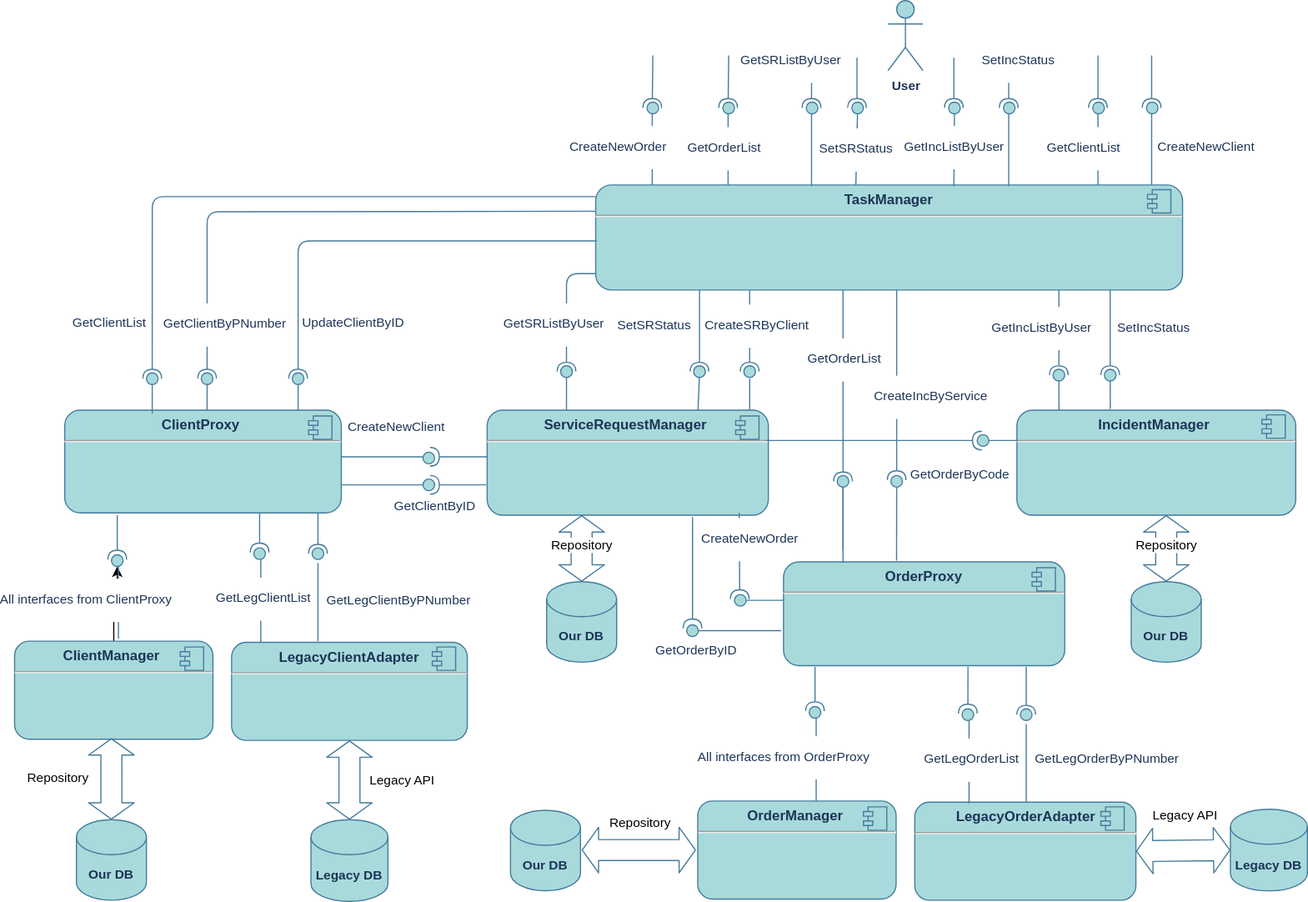
theotheo46/gb keeps this draw.io diagram as components.svg. Above is the earlier version. Source tidied: cells renumbered, new cells last; positions are measured from the earlier drawing's top-left corner, leaving out a move shared by most shapes.
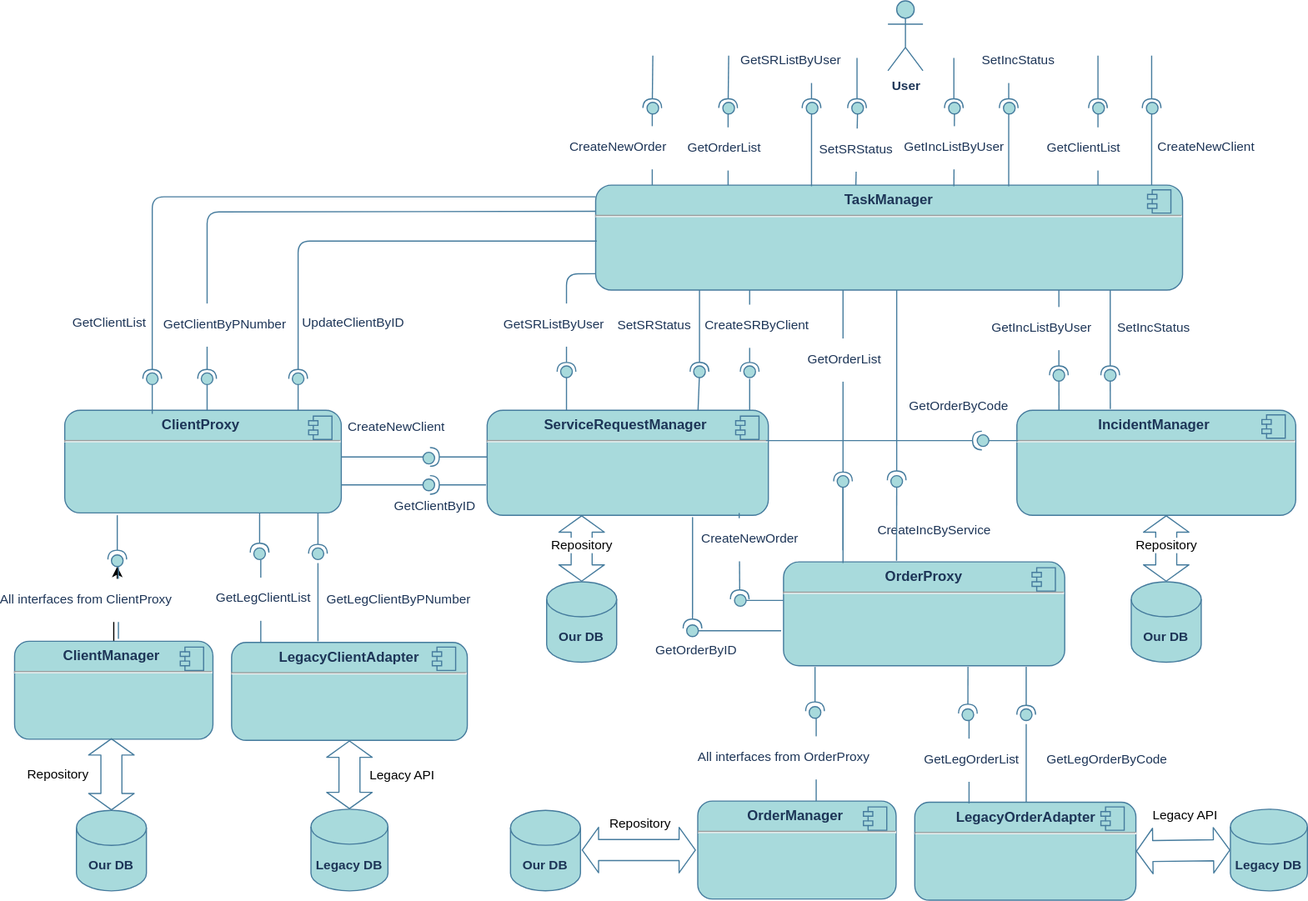
The same diagram one commit later.

Diff of the diagram source:
```diff
@@ -138,11 +138,11 @@
     </mxCell>
     <mxCell id="27" value="&lt;pre&gt;&lt;font face=&quot;Helvetica&quot;&gt;CreateIncByService&lt;/font&gt;&lt;/pre&gt;" style="edgeLabel;html=1;align=center;verticalAlign=middle;fontColor=#1D3557;rounded=1;labelBackgroundColor=#FFFFFF;" parent="26" vertex="1">
       <mxGeometry x="0.29" y="1" relative="1" as="geometry">
-        <mxPoint x="-58" y="-39" as="offset" />
+        <mxPoint x="-55" y="76" as="offset" />
       </mxGeometry>
     </mxCell>
     <mxCell id="28" value="&lt;b&gt;Legacy DB&lt;/b&gt;" style="shape=cylinder3;whiteSpace=wrap;html=1;boundedLbl=1;backgroundOutline=1;size=15;fontFamily=Helvetica;fontSize=11;fillColor=#A8DADC;strokeColor=#457B9D;fontColor=#1D3557;rounded=1;" parent="1" vertex="1">
-      <mxGeometry x="254" y="702" width="66" height="70" as="geometry" />
+      <mxGeometry x="254" y="693" width="66" height="70" as="geometry" />
     </mxCell>
     <mxCell id="29" value="&lt;b&gt;Our DB&lt;/b&gt;" style="shape=cylinder3;whiteSpace=wrap;html=1;boundedLbl=1;backgroundOutline=1;size=15;fontFamily=Helvetica;fontSize=11;fillColor=#A8DADC;strokeColor=#457B9D;fontColor=#1D3557;rounded=1;" parent="1" vertex="1">
       <mxGeometry x="456" y="498" width="60" height="69" as="geometry" />
@@ -299,7 +299,7 @@
     </mxCell>
     <mxCell id="65" value="&lt;pre&gt;&lt;font face=&quot;Helvetica&quot;&gt;GetLegClientByPNumber&lt;/font&gt;&lt;/pre&gt;" style="edgeLabel;html=1;align=center;verticalAlign=middle;fontSize=11;fontFamily=Helvetica;fontColor=#1D3557;rounded=1;labelBackgroundColor=#FFFFFF;" parent="64" vertex="1">
       <mxGeometry x="-0.13" y="-2" relative="1" as="geometry">
-        <mxPoint x="66" y="-6" as="offset" />
+        <mxPoint x="66" y="-7" as="offset" />
       </mxGeometry>
     </mxCell>
     <mxCell id="66" style="ellipse;whiteSpace=wrap;html=1;align=center;fillColor=#A8DADC;strokeColor=#457B9D;fontColor=#1D3557;rounded=1;" parent="1" vertex="1">
@@ -521,7 +521,7 @@
     </mxCell>
     <mxCell id="110" value="&lt;pre&gt;&lt;font face=&quot;Helvetica&quot;&gt;GetOrderByCode&lt;/font&gt;&lt;/pre&gt;" style="edgeLabel;html=1;align=center;verticalAlign=middle;fontSize=11;fontFamily=Helvetica;fontColor=#1D3557;rounded=1;labelBackgroundColor=#FFFFFF;" parent="109" vertex="1">
       <mxGeometry x="0.44" y="-3" relative="1" as="geometry">
-        <mxPoint x="51" y="-29" as="offset" />
+        <mxPoint x="50" y="-88" as="offset" />
       </mxGeometry>
     </mxCell>
     <mxCell id="111" style="ellipse;whiteSpace=wrap;html=1;align=center;points=[];outlineConnect=0;fillColor=#A8DADC;strokeColor=#457B9D;fontColor=#1D3557;rounded=1;" parent="1" vertex="1">
@@ -628,7 +628,7 @@
       <mxGeometry x="61" y="514" as="geometry" />
     </mxCell>
     <mxCell id="134" value="&lt;b&gt;Our DB&lt;/b&gt;" style="shape=cylinder3;whiteSpace=wrap;html=1;boundedLbl=1;backgroundOutline=1;size=15;fontFamily=Helvetica;fontSize=11;fillColor=#A8DADC;strokeColor=#457B9D;fontColor=#1D3557;rounded=1;" parent="1" vertex="1">
-      <mxGeometry x="53" y="702" width="60" height="69" as="geometry" />
+      <mxGeometry x="53" y="694" width="60" height="69" as="geometry" />
     </mxCell>
     <mxCell id="135" style="shape=flexArrow;endArrow=classic;startArrow=classic;html=1;fontFamily=Helvetica;fontSize=11;width=18;startSize=4.33;endSize=4.33;strokeColor=#457B9D;fontColor=#1D3557;labelBackgroundColor=#F1FAEE;entryX=0.488;entryY=0.989;entryDx=0;entryDy=0;entryPerimeter=0;exitX=0.5;exitY=0;exitDx=0;exitDy=0;exitPerimeter=0;" parent="1" edge="1" source="134" target="128">
       <mxGeometry relative="1" as="geometry" />
@@ -705,7 +705,7 @@
         <mxPoint x="867" y="620" as="targetPoint" />
       </mxGeometry>
     </mxCell>
-    <mxCell id="152" value="&lt;pre&gt;&lt;font face=&quot;Helvetica&quot;&gt;GetLegOrderByPNumber&lt;/font&gt;&lt;/pre&gt;" style="edgeLabel;html=1;align=center;verticalAlign=middle;fontSize=11;fontFamily=Helvetica;fontColor=#1D3557;rounded=1;labelBackgroundColor=#FFFFFF;" parent="151" vertex="1">
+    <mxCell id="152" value="&lt;pre&gt;&lt;font face=&quot;Helvetica&quot;&gt;GetLegOrderByCode&lt;/font&gt;&lt;/pre&gt;" style="edgeLabel;html=1;align=center;verticalAlign=middle;fontSize=11;fontFamily=Helvetica;fontColor=#1D3557;rounded=1;labelBackgroundColor=#FFFFFF;" parent="151" vertex="1">
       <mxGeometry x="-0.13" y="-2" relative="1" as="geometry">
         <mxPoint x="66" y="-8" as="offset" />
       </mxGeometry>
```
